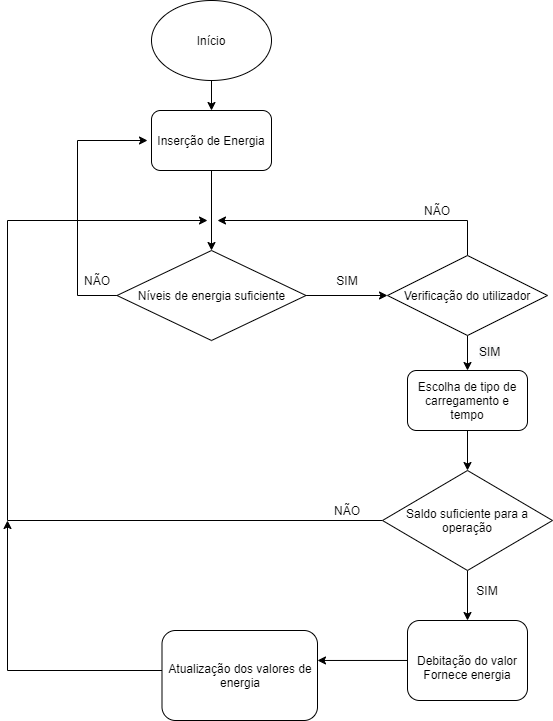
The draw.io diagram flux_geral.png in ProgRub/Proj2AC, before a commit. Source tidied: cells renumbered, new cells last; positions are measured from the earlier drawing's top-left corner, leaving out a move shared by most shapes. Its diagram source:
```xml
<mxGraphModel>
  <root>
    <mxCell id="0" />
    <mxCell id="1" parent="0" />
    <mxCell id="2" style="edgeStyle=orthogonalEdgeStyle;rounded=0;jettySize=auto;html=1;entryX=0.5;entryY=0;entryDx=0;entryDy=0;" parent="1" edge="1" source="3" target="26">
      <mxGeometry relative="1" as="geometry" />
    </mxCell>
    <mxCell id="3" value="Início" style="ellipse;whiteSpace=wrap;html=1;" parent="1" vertex="1">
      <mxGeometry x="144" width="120" height="80" as="geometry" />
    </mxCell>
    <mxCell id="4" style="edgeStyle=orthogonalEdgeStyle;rounded=0;jettySize=auto;html=1;entryX=0;entryY=0.5;entryDx=0;entryDy=0;" parent="1" edge="1" source="6" target="22">
      <mxGeometry relative="1" as="geometry" />
    </mxCell>
    <mxCell id="5" style="edgeStyle=orthogonalEdgeStyle;rounded=0;jettySize=auto;html=1;" parent="1" edge="1" source="6">
      <mxGeometry relative="1" as="geometry">
        <mxPoint x="140" y="140" as="targetPoint" />
        <Array as="points">
          <mxPoint x="70" y="295" />
          <mxPoint x="70" y="140" />
        </Array>
      </mxGeometry>
    </mxCell>
    <mxCell id="6" value="Níveis de energia suficiente" style="rhombus;whiteSpace=wrap;html=1;" parent="1" vertex="1">
      <mxGeometry x="109.5" y="250" width="189" height="90" as="geometry" />
    </mxCell>
    <mxCell id="7" value="NÃO" style="text;html=1;strokeColor=none;fillColor=none;align=center;verticalAlign=middle;whiteSpace=wrap;rounded=0;" parent="1" vertex="1">
      <mxGeometry x="69.5" y="270" width="40" height="20" as="geometry" />
    </mxCell>
    <mxCell id="8" style="edgeStyle=orthogonalEdgeStyle;rounded=0;jettySize=auto;html=1;entryX=0.5;entryY=0;entryDx=0;entryDy=0;" parent="1" edge="1" source="9" target="12">
      <mxGeometry relative="1" as="geometry" />
    </mxCell>
    <mxCell id="9" value="Escolha de tipo de carregamento e tempo" style="rounded=1;whiteSpace=wrap;html=1;" parent="1" vertex="1">
      <mxGeometry x="400" y="370" width="120" height="60" as="geometry" />
    </mxCell>
    <mxCell id="10" style="edgeStyle=orthogonalEdgeStyle;rounded=0;jettySize=auto;html=1;entryX=0.5;entryY=0;entryDx=0;entryDy=0;" parent="1" edge="1" source="12" target="14">
      <mxGeometry relative="1" as="geometry" />
    </mxCell>
    <mxCell id="11" style="edgeStyle=orthogonalEdgeStyle;rounded=0;jettySize=auto;html=1;" parent="1" edge="1" source="12">
      <mxGeometry relative="1" as="geometry">
        <mxPoint x="200" y="220" as="targetPoint" />
        <Array as="points">
          <mxPoint y="520" />
          <mxPoint y="220" />
        </Array>
      </mxGeometry>
    </mxCell>
    <mxCell id="12" value="Saldo suficiente para a operação" style="rhombus;whiteSpace=wrap;html=1;" parent="1" vertex="1">
      <mxGeometry x="375" y="470" width="170" height="100" as="geometry" />
    </mxCell>
    <mxCell id="13" style="edgeStyle=orthogonalEdgeStyle;rounded=0;jettySize=auto;html=1;entryX=1;entryY=0.333;entryDx=0;entryDy=0;entryPerimeter=0;" parent="1" edge="1" source="14" target="19">
      <mxGeometry relative="1" as="geometry" />
    </mxCell>
    <mxCell id="14" value="&lt;br&gt;Debitação do valor&lt;br&gt;Fornece energia" style="rounded=1;whiteSpace=wrap;html=1;" parent="1" vertex="1">
      <mxGeometry x="400" y="620" width="120" height="80" as="geometry" />
    </mxCell>
    <mxCell id="15" value="SIM" style="text;html=1;strokeColor=none;fillColor=none;align=center;verticalAlign=middle;whiteSpace=wrap;rounded=0;" parent="1" vertex="1">
      <mxGeometry x="460" y="580" width="40" height="20" as="geometry" />
    </mxCell>
    <mxCell id="16" value="NÃO" style="text;html=1;strokeColor=none;fillColor=none;align=center;verticalAlign=middle;whiteSpace=wrap;rounded=0;" parent="1" vertex="1">
      <mxGeometry x="320" y="500" width="40" height="20" as="geometry" />
    </mxCell>
    <mxCell id="17" value="SIM" style="text;html=1;strokeColor=none;fillColor=none;align=center;verticalAlign=middle;whiteSpace=wrap;rounded=0;" parent="1" vertex="1">
      <mxGeometry x="320" y="270" width="40" height="20" as="geometry" />
    </mxCell>
    <mxCell id="18" style="edgeStyle=orthogonalEdgeStyle;rounded=0;jettySize=auto;html=1;" parent="1" edge="1" source="19">
      <mxGeometry relative="1" as="geometry">
        <mxPoint y="520" as="targetPoint" />
        <Array as="points">
          <mxPoint y="670" />
        </Array>
      </mxGeometry>
    </mxCell>
    <mxCell id="19" value="Atualização dos valores de energia" style="rounded=1;whiteSpace=wrap;html=1;" parent="1" vertex="1">
      <mxGeometry x="154.5" y="630" width="155.5" height="90" as="geometry" />
    </mxCell>
    <mxCell id="20" style="edgeStyle=orthogonalEdgeStyle;rounded=0;jettySize=auto;html=1;" parent="1" edge="1" source="22" target="9">
      <mxGeometry relative="1" as="geometry" />
    </mxCell>
    <mxCell id="21" style="edgeStyle=orthogonalEdgeStyle;rounded=0;jettySize=auto;html=1;" parent="1" edge="1" source="22">
      <mxGeometry relative="1" as="geometry">
        <mxPoint x="210" y="220" as="targetPoint" />
        <Array as="points">
          <mxPoint x="460" y="220" />
        </Array>
      </mxGeometry>
    </mxCell>
    <mxCell id="22" value="&lt;span&gt;Verificação do utilizador&lt;/span&gt;" style="rhombus;whiteSpace=wrap;html=1;" parent="1" vertex="1">
      <mxGeometry x="380" y="255" width="160" height="80" as="geometry" />
    </mxCell>
    <mxCell id="23" value="&lt;div&gt;&#10;&#10;&lt;!--StartFragment--&gt;&lt;span style=&quot;color: rgb(0, 0, 0); font-family: Helvetica; font-size: 12px; font-style: normal; font-variant-ligatures: normal; font-variant-caps: normal; font-weight: 400; letter-spacing: normal; orphans: 2; text-align: center; text-indent: 0px; text-transform: none; widows: 2; word-spacing: 0px; -webkit-text-stroke-width: 0px; background-color: rgb(248, 249, 250); text-decoration-style: initial; text-decoration-color: initial; float: none; display: inline !important;&quot;&gt;SIM&lt;/span&gt;&lt;!--EndFragment--&gt;&#10;&#10;&lt;/div&gt;" style="text;whiteSpace=wrap;html=1;" parent="1" vertex="1">
      <mxGeometry x="470" y="310" width="50" height="110" as="geometry" />
    </mxCell>
    <mxCell id="24" value="NÃO" style="text;html=1;strokeColor=none;fillColor=none;align=center;verticalAlign=middle;whiteSpace=wrap;rounded=0;" parent="1" vertex="1">
      <mxGeometry x="410" y="200" width="40" height="20" as="geometry" />
    </mxCell>
    <mxCell id="25" style="edgeStyle=orthogonalEdgeStyle;rounded=0;jettySize=auto;html=1;entryX=0.5;entryY=0;entryDx=0;entryDy=0;" parent="1" edge="1" source="26" target="6">
      <mxGeometry relative="1" as="geometry" />
    </mxCell>
    <mxCell id="26" value="Inserção de Energia" style="rounded=1;whiteSpace=wrap;html=1;" parent="1" vertex="1">
      <mxGeometry x="144" y="110" width="120" height="60" as="geometry" />
    </mxCell>
  </root>
</mxGraphModel>
```
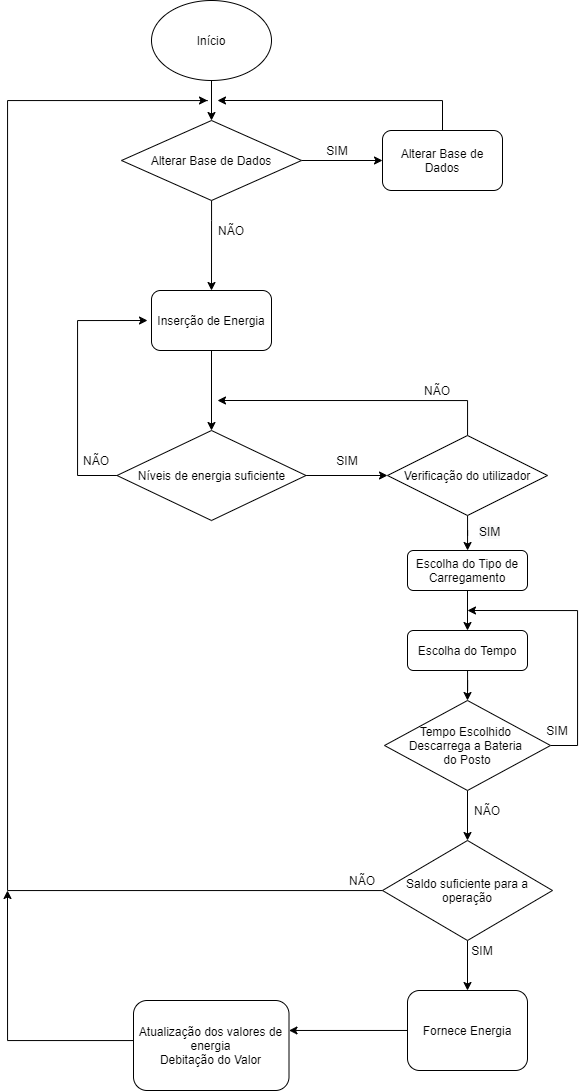
Above is the later version.

What changed in the source:
```diff
@@ -2,11 +2,11 @@
   <root>
     <mxCell id="0" />
     <mxCell id="1" parent="0" />
-    <mxCell id="2" style="edgeStyle=orthogonalEdgeStyle;rounded=0;jettySize=auto;html=1;entryX=0.5;entryY=0;entryDx=0;entryDy=0;" parent="1" edge="1" source="3" target="26">
-      <mxGeometry relative="1" as="geometry" />
-    </mxCell>
+    <mxCell id="27" style="edgeStyle=orthogonalEdgeStyle;rounded=0;jettySize=auto;html=1;entryX=0.5;entryY=0;entryDx=0;entryDy=0;" parent="1" edge="1" source="3" target="31">
+      <mxGeometry relative="1" as="geometry" />
+    </mxCell>
     <mxCell id="3" value="Início" style="ellipse;whiteSpace=wrap;html=1;" parent="1" vertex="1">
-      <mxGeometry x="144" width="120" height="80" as="geometry" />
+      <mxGeometry x="144" y="-180" width="120" height="80" as="geometry" />
     </mxCell>
     <mxCell id="4" style="edgeStyle=orthogonalEdgeStyle;rounded=0;jettySize=auto;html=1;entryX=0;entryY=0.5;entryDx=0;entryDy=0;" parent="1" edge="1" source="6" target="22">
       <mxGeometry relative="1" as="geometry" />
@@ -26,52 +26,54 @@
     <mxCell id="7" value="NÃO" style="text;html=1;strokeColor=none;fillColor=none;align=center;verticalAlign=middle;whiteSpace=wrap;rounded=0;" parent="1" vertex="1">
       <mxGeometry x="69.5" y="270" width="40" height="20" as="geometry" />
     </mxCell>
-    <mxCell id="8" style="edgeStyle=orthogonalEdgeStyle;rounded=0;jettySize=auto;html=1;entryX=0.5;entryY=0;entryDx=0;entryDy=0;" parent="1" edge="1" source="9" target="12">
-      <mxGeometry relative="1" as="geometry" />
-    </mxCell>
+    <mxCell id="28" style="edgeStyle=orthogonalEdgeStyle;rounded=0;jettySize=auto;html=1;" parent="1" edge="1" source="9" target="40">
+      <mxGeometry relative="1" as="geometry" />
+    </mxCell>
-    <mxCell id="9" value="Escolha de tipo de carregamento e tempo" style="rounded=1;whiteSpace=wrap;html=1;" parent="1" vertex="1">
-      <mxGeometry x="400" y="370" width="120" height="60" as="geometry" />
+    <mxCell id="9" value="Escolha do Tipo de Carregamento" style="rounded=1;whiteSpace=wrap;html=1;" parent="1" vertex="1">
+      <mxGeometry x="400" y="370" width="120" height="40" as="geometry" />
     </mxCell>
     <mxCell id="10" style="edgeStyle=orthogonalEdgeStyle;rounded=0;jettySize=auto;html=1;entryX=0.5;entryY=0;entryDx=0;entryDy=0;" parent="1" edge="1" source="12" target="14">
       <mxGeometry relative="1" as="geometry" />
     </mxCell>
     <mxCell id="11" style="edgeStyle=orthogonalEdgeStyle;rounded=0;jettySize=auto;html=1;" parent="1" edge="1" source="12">
       <mxGeometry relative="1" as="geometry">
-        <mxPoint x="200" y="220" as="targetPoint" />
+        <mxPoint x="200" y="-80" as="targetPoint" />
         <Array as="points">
-          <mxPoint y="520" />
-          <mxPoint y="220" />
+          <mxPoint y="710" />
+          <mxPoint y="-80" />
+          <mxPoint x="200" y="-80" />
         </Array>
       </mxGeometry>
     </mxCell>
     <mxCell id="12" value="Saldo suficiente para a operação" style="rhombus;whiteSpace=wrap;html=1;" parent="1" vertex="1">
-      <mxGeometry x="375" y="470" width="170" height="100" as="geometry" />
+      <mxGeometry x="375" y="660" width="170" height="100" as="geometry" />
     </mxCell>
     <mxCell id="13" style="edgeStyle=orthogonalEdgeStyle;rounded=0;jettySize=auto;html=1;entryX=1;entryY=0.333;entryDx=0;entryDy=0;entryPerimeter=0;" parent="1" edge="1" source="14" target="19">
       <mxGeometry relative="1" as="geometry" />
     </mxCell>
-    <mxCell id="14" value="&lt;br&gt;Debitação do valor&lt;br&gt;Fornece energia" style="rounded=1;whiteSpace=wrap;html=1;" parent="1" vertex="1">
-      <mxGeometry x="400" y="620" width="120" height="80" as="geometry" />
+    <mxCell id="14" value="Fornece Energia" style="rounded=1;whiteSpace=wrap;html=1;" parent="1" vertex="1">
+      <mxGeometry x="400" y="810" width="120" height="80" as="geometry" />
     </mxCell>
     <mxCell id="15" value="SIM" style="text;html=1;strokeColor=none;fillColor=none;align=center;verticalAlign=middle;whiteSpace=wrap;rounded=0;" parent="1" vertex="1">
-      <mxGeometry x="460" y="580" width="40" height="20" as="geometry" />
+      <mxGeometry x="455" y="760" width="40" height="20" as="geometry" />
     </mxCell>
     <mxCell id="16" value="NÃO" style="text;html=1;strokeColor=none;fillColor=none;align=center;verticalAlign=middle;whiteSpace=wrap;rounded=0;" parent="1" vertex="1">
-      <mxGeometry x="320" y="500" width="40" height="20" as="geometry" />
+      <mxGeometry x="460" y="620" width="40" height="20" as="geometry" />
     </mxCell>
     <mxCell id="17" value="SIM" style="text;html=1;strokeColor=none;fillColor=none;align=center;verticalAlign=middle;whiteSpace=wrap;rounded=0;" parent="1" vertex="1">
       <mxGeometry x="320" y="270" width="40" height="20" as="geometry" />
     </mxCell>
     <mxCell id="18" style="edgeStyle=orthogonalEdgeStyle;rounded=0;jettySize=auto;html=1;" parent="1" edge="1" source="19">
       <mxGeometry relative="1" as="geometry">
-        <mxPoint y="520" as="targetPoint" />
+        <mxPoint y="710" as="targetPoint" />
         <Array as="points">
-          <mxPoint y="670" />
+          <mxPoint x="204" y="860" />
+          <mxPoint y="860" />
         </Array>
       </mxGeometry>
     </mxCell>
-    <mxCell id="19" value="Atualização dos valores de energia" style="rounded=1;whiteSpace=wrap;html=1;" parent="1" vertex="1">
-      <mxGeometry x="154.5" y="630" width="155.5" height="90" as="geometry" />
+    <mxCell id="19" value="Atualização dos valores de energia&lt;br&gt;Debitação do Valor" style="rounded=1;whiteSpace=wrap;html=1;" parent="1" vertex="1">
+      <mxGeometry x="126" y="820" width="155.5" height="90" as="geometry" />
     </mxCell>
     <mxCell id="20" style="edgeStyle=orthogonalEdgeStyle;rounded=0;jettySize=auto;html=1;" parent="1" edge="1" source="22" target="9">
       <mxGeometry relative="1" as="geometry" />
@@ -88,7 +90,7 @@
       <mxGeometry x="380" y="255" width="160" height="80" as="geometry" />
     </mxCell>
     <mxCell id="23" value="&lt;div&gt;&#10;&#10;&lt;!--StartFragment--&gt;&lt;span style=&quot;color: rgb(0, 0, 0); font-family: Helvetica; font-size: 12px; font-style: normal; font-variant-ligatures: normal; font-variant-caps: normal; font-weight: 400; letter-spacing: normal; orphans: 2; text-align: center; text-indent: 0px; text-transform: none; widows: 2; word-spacing: 0px; -webkit-text-stroke-width: 0px; background-color: rgb(248, 249, 250); text-decoration-style: initial; text-decoration-color: initial; float: none; display: inline !important;&quot;&gt;SIM&lt;/span&gt;&lt;!--EndFragment--&gt;&#10;&#10;&lt;/div&gt;" style="text;whiteSpace=wrap;html=1;" parent="1" vertex="1">
-      <mxGeometry x="470" y="310" width="50" height="110" as="geometry" />
+      <mxGeometry x="470" y="310" width="50" height="20" as="geometry" />
     </mxCell>
     <mxCell id="24" value="NÃO" style="text;html=1;strokeColor=none;fillColor=none;align=center;verticalAlign=middle;whiteSpace=wrap;rounded=0;" parent="1" vertex="1">
       <mxGeometry x="410" y="200" width="40" height="20" as="geometry" />
@@ -99,5 +101,63 @@
     <mxCell id="26" value="Inserção de Energia" style="rounded=1;whiteSpace=wrap;html=1;" parent="1" vertex="1">
       <mxGeometry x="144" y="110" width="120" height="60" as="geometry" />
     </mxCell>
+    <mxCell id="29" style="edgeStyle=orthogonalEdgeStyle;rounded=0;jettySize=auto;html=1;entryX=0.5;entryY=0;entryDx=0;entryDy=0;" parent="1" edge="1" source="31" target="26">
+      <mxGeometry relative="1" as="geometry">
+        <Array as="points">
+          <mxPoint x="204" y="40" />
+          <mxPoint x="204" y="40" />
+        </Array>
+      </mxGeometry>
+    </mxCell>
+    <mxCell id="30" style="edgeStyle=orthogonalEdgeStyle;rounded=0;jettySize=auto;html=1;entryX=0;entryY=0.5;entryDx=0;entryDy=0;" parent="1" edge="1" source="31" target="34">
+      <mxGeometry relative="1" as="geometry" />
+    </mxCell>
+    <mxCell id="31" value="&lt;span&gt;Alterar Base de Dados&lt;/span&gt;" style="rhombus;whiteSpace=wrap;html=1;" parent="1" vertex="1">
+      <mxGeometry x="114" y="-60" width="180" height="80" as="geometry" />
+    </mxCell>
+    <mxCell id="32" value="NÃO" style="text;html=1;strokeColor=none;fillColor=none;align=center;verticalAlign=middle;whiteSpace=wrap;rounded=0;" parent="1" vertex="1">
+      <mxGeometry x="204" y="40" width="40" height="20" as="geometry" />
+    </mxCell>
+    <mxCell id="33" style="edgeStyle=orthogonalEdgeStyle;rounded=0;jettySize=auto;html=1;" parent="1" edge="1" source="34">
+      <mxGeometry relative="1" as="geometry">
+        <mxPoint x="210" y="-80" as="targetPoint" />
+        <Array as="points">
+          <mxPoint x="435" y="-80" />
+        </Array>
+      </mxGeometry>
+    </mxCell>
+    <mxCell id="34" value="Alterar Base de Dados" style="rounded=1;whiteSpace=wrap;html=1;" parent="1" vertex="1">
+      <mxGeometry x="375" y="-50" width="120" height="60" as="geometry" />
+    </mxCell>
+    <mxCell id="35" value="SIM" style="text;html=1;strokeColor=none;fillColor=none;align=center;verticalAlign=middle;whiteSpace=wrap;rounded=0;" parent="1" vertex="1">
+      <mxGeometry x="310" y="-40" width="40" height="20" as="geometry" />
+    </mxCell>
+    <mxCell id="36" style="edgeStyle=orthogonalEdgeStyle;rounded=0;jettySize=auto;html=1;entryX=0.5;entryY=0;entryDx=0;entryDy=0;" parent="1" edge="1" source="38" target="12">
+      <mxGeometry relative="1" as="geometry" />
+    </mxCell>
+    <mxCell id="37" style="edgeStyle=orthogonalEdgeStyle;rounded=0;jettySize=auto;html=1;" parent="1" edge="1" source="38">
+      <mxGeometry relative="1" as="geometry">
+        <mxPoint x="460" y="430" as="targetPoint" />
+        <Array as="points">
+          <mxPoint x="570" y="565" />
+          <mxPoint x="570" y="430" />
+        </Array>
+      </mxGeometry>
+    </mxCell>
+    <mxCell id="38" value="Tempo Escolhido &lt;br&gt;Descarrega a Bateria &lt;br&gt;do Posto" style="rhombus;whiteSpace=wrap;html=1;" parent="1" vertex="1">
+      <mxGeometry x="377" y="520" width="166" height="90" as="geometry" />
+    </mxCell>
+    <mxCell id="39" style="edgeStyle=orthogonalEdgeStyle;rounded=0;jettySize=auto;html=1;entryX=0.5;entryY=0;entryDx=0;entryDy=0;" parent="1" edge="1" source="40" target="38">
+      <mxGeometry relative="1" as="geometry" />
+    </mxCell>
+    <mxCell id="40" value="Escolha do Tempo" style="rounded=1;whiteSpace=wrap;html=1;" parent="1" vertex="1">
+      <mxGeometry x="400" y="450" width="120" height="40" as="geometry" />
+    </mxCell>
+    <mxCell id="41" value="SIM" style="text;html=1;strokeColor=none;fillColor=none;align=center;verticalAlign=middle;whiteSpace=wrap;rounded=0;" parent="1" vertex="1">
+      <mxGeometry x="530" y="540" width="40" height="20" as="geometry" />
+    </mxCell>
+    <mxCell id="42" value="NÃO" style="text;html=1;strokeColor=none;fillColor=none;align=center;verticalAlign=middle;whiteSpace=wrap;rounded=0;" parent="1" vertex="1">
+      <mxGeometry x="335" y="690" width="40" height="20" as="geometry" />
+    </mxCell>
   </root>
 </mxGraphModel>
```
